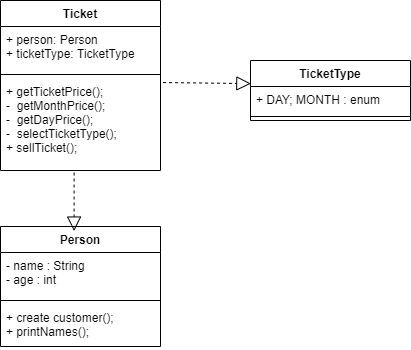
This is projektDel3/UML/UML.png from deniselarsson/TodoProject, a draw.io export, as it was before one commit. Source tidied: cells renumbered, new cells last; positions are measured from the earlier drawing's top-left corner, leaving out a move shared by most shapes.
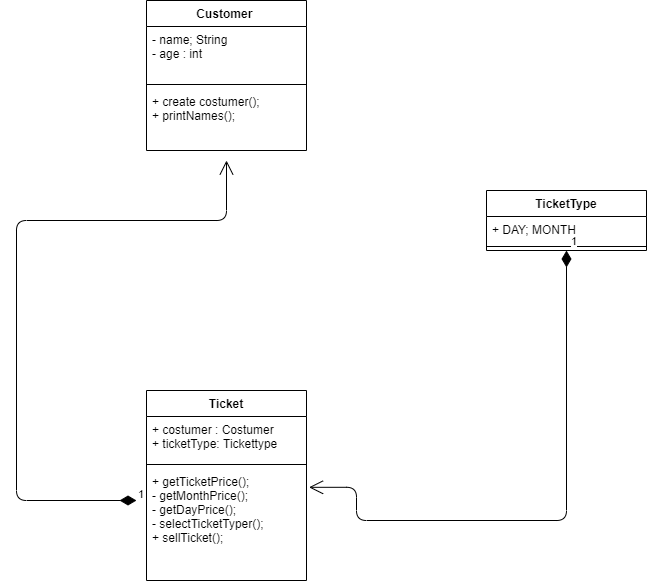
The same diagram one commit later.

What changed in the source:
```diff
@@ -2,44 +2,58 @@
   <root>
     <mxCell id="0" />
     <mxCell id="1" parent="0" />
-    <mxCell id="2" value="Person" style="swimlane;fontStyle=1;align=center;verticalAlign=top;horizontal=1;startSize=26;" parent="1" vertex="1">
-      <mxGeometry y="226" width="160" height="120" as="geometry" />
-    </mxCell>
-    <mxCell id="3" value="- name : String &#10;- age : int" style="text;strokeColor=none;fillColor=none;align=left;verticalAlign=top;spacingLeft=4;spacingRight=4;overflow=hidden;" parent="2" vertex="1">
-      <mxGeometry y="26" width="160" height="44" as="geometry" />
-    </mxCell>
-    <mxCell id="4" style="line;strokeWidth=1;fillColor=none;align=left;verticalAlign=middle;spacingTop=-1;spacingLeft=3;spacingRight=3;labelPosition=right;" parent="2" vertex="1">
-      <mxGeometry y="70" width="160" height="8" as="geometry" />
-    </mxCell>
-    <mxCell id="5" value="+ create customer();&#10;+ printNames();" style="text;strokeColor=none;fillColor=none;align=left;verticalAlign=top;spacingLeft=4;spacingRight=4;overflow=hidden;" parent="2" vertex="1">
-      <mxGeometry y="78" width="160" height="42" as="geometry" />
-    </mxCell>
+    <mxCell id="15" value="Customer " style="swimlane;fontStyle=1;align=center;verticalAlign=top;horizontal=1;startSize=26;" parent="1" vertex="1">
+      <mxGeometry x="-90" y="30" width="160" height="150" as="geometry" />
+    </mxCell>
+    <mxCell id="16" value="- name; String &#10;- age : int " style="text;strokeColor=none;fillColor=none;align=left;verticalAlign=top;spacingLeft=4;spacingRight=4;overflow=hidden;" parent="15" vertex="1">
+      <mxGeometry y="26" width="160" height="54" as="geometry" />
+    </mxCell>
+    <mxCell id="17" style="line;strokeWidth=1;fillColor=none;align=left;verticalAlign=middle;spacingTop=-1;spacingLeft=3;spacingRight=3;labelPosition=right;" parent="15" vertex="1">
+      <mxGeometry y="80" width="160" height="8" as="geometry" />
+    </mxCell>
+    <mxCell id="18" value="+ create costumer();&#10;+ printNames();" style="text;strokeColor=none;fillColor=none;align=left;verticalAlign=top;spacingLeft=4;spacingRight=4;overflow=hidden;" parent="15" vertex="1">
+      <mxGeometry y="88" width="160" height="62" as="geometry" />
+    </mxCell>
     <mxCell id="6" value="Ticket" style="swimlane;fontStyle=1;align=center;verticalAlign=top;horizontal=1;startSize=26;" parent="1" vertex="1">
-      <mxGeometry width="160" height="170" as="geometry" />
+      <mxGeometry x="-90" y="420" width="160" height="190" as="geometry" />
     </mxCell>
-    <mxCell id="7" value="+ person: Person&#10;+ ticketType: TicketType" style="text;strokeColor=none;fillColor=none;align=left;verticalAlign=top;spacingLeft=4;spacingRight=4;overflow=hidden;" parent="6" vertex="1">
-      <mxGeometry y="26" width="160" height="44" as="geometry" />
-    </mxCell>
-    <mxCell id="8" style="line;strokeWidth=1;fillColor=none;align=left;verticalAlign=middle;spacingTop=-1;spacingLeft=3;spacingRight=3;labelPosition=right;" parent="6" vertex="1">
-      <mxGeometry y="70" width="160" height="8" as="geometry" />
-    </mxCell>
-    <mxCell id="9" value="+ getTicketPrice();&#10;-  getMonthPrice();&#10;-  getDayPrice();&#10;-  selectTicketType();&#10;+ sellTicket();" style="text;strokeColor=none;fillColor=none;align=left;verticalAlign=top;spacingLeft=4;spacingRight=4;overflow=hidden;points=[[0,0.5],[1,0.5]];portConstraint=eastwest;" parent="6" vertex="1">
-      <mxGeometry y="78" width="160" height="92" as="geometry" />
-    </mxCell>
+    <mxCell id="19" value="+ costumer : Costumer&#10;+ ticketType: Tickettype" style="text;strokeColor=none;fillColor=none;align=left;verticalAlign=top;spacingLeft=4;spacingRight=4;overflow=hidden;" parent="6" vertex="1">
+      <mxGeometry y="26" width="160" height="44" as="geometry" />
+    </mxCell>
+    <mxCell id="20" style="line;strokeWidth=1;fillColor=none;align=left;verticalAlign=middle;spacingTop=-1;spacingLeft=3;spacingRight=3;labelPosition=right;" parent="6" vertex="1">
+      <mxGeometry y="70" width="160" height="8" as="geometry" />
+    </mxCell>
+    <mxCell id="21" value="+ getTicketPrice();&#10;- getMonthPrice();&#10;- getDayPrice();&#10;- selectTicketTyper();&#10;+ sellTicket();" style="text;strokeColor=none;fillColor=none;align=left;verticalAlign=top;spacingLeft=4;spacingRight=4;overflow=hidden;points=[[0,0.5],[1,0.5]];portConstraint=eastwest;" parent="6" vertex="1">
+      <mxGeometry y="78" width="160" height="112" as="geometry" />
+    </mxCell>
     <mxCell id="10" value="TicketType" style="swimlane;fontStyle=1;align=center;verticalAlign=top;horizontal=1;startSize=26;" parent="1" vertex="1">
-      <mxGeometry x="250" y="60" width="160" height="60" as="geometry" />
+      <mxGeometry x="250" y="220" width="160" height="60" as="geometry" />
     </mxCell>
-    <mxCell id="11" value="+ DAY; MONTH : enum" style="text;strokeColor=none;fillColor=none;align=left;verticalAlign=top;spacingLeft=4;spacingRight=4;overflow=hidden;" parent="10" vertex="1">
-      <mxGeometry y="26" width="160" height="26" as="geometry" />
-    </mxCell>
+    <mxCell id="22" value="+ DAY; MONTH" style="text;strokeColor=none;fillColor=none;align=left;verticalAlign=top;spacingLeft=4;spacingRight=4;overflow=hidden;" parent="10" vertex="1">
+      <mxGeometry y="26" width="160" height="26" as="geometry" />
+    </mxCell>
     <mxCell id="12" style="line;strokeWidth=1;fillColor=none;align=left;verticalAlign=middle;spacingTop=-1;spacingLeft=3;spacingRight=3;labelPosition=right;" parent="10" vertex="1">
       <mxGeometry y="52" width="160" height="8" as="geometry" />
     </mxCell>
-    <mxCell id="13" style="endArrow=block;dashed=1;endFill=0;endSize=12;html=1;exitX=1.016;exitY=0.044;exitDx=0;exitDy=0;exitPerimeter=0;entryX=0.002;entryY=0.385;entryDx=0;entryDy=0;entryPerimeter=0;" parent="1" edge="1" source="9" target="10">
-      <mxGeometry relative="1" as="geometry" />
-    </mxCell>
-    <mxCell id="14" style="endArrow=block;dashed=1;endFill=0;endSize=12;html=1;exitX=0.46;exitY=1.022;exitDx=0;exitDy=0;exitPerimeter=0;entryX=0.46;entryY=0.038;entryDx=0;entryDy=0;entryPerimeter=0;" parent="1" edge="1" source="9" target="2">
-      <mxGeometry relative="1" as="geometry" />
-    </mxCell>
+    <mxCell id="23" value="1" style="endArrow=open;html=1;endSize=12;startArrow=diamondThin;startSize=14;startFill=1;edgeStyle=orthogonalEdgeStyle;align=left;verticalAlign=bottom;" parent="1" edge="1">
+      <mxGeometry x="-1" y="3" relative="1" as="geometry">
+        <mxPoint x="-100" y="530" as="sourcePoint" />
+        <mxPoint x="-10" y="190" as="targetPoint" />
+        <Array as="points">
+          <mxPoint x="-220" y="530" />
+          <mxPoint x="-220" y="250" />
+          <mxPoint x="-10" y="250" />
+        </Array>
+      </mxGeometry>
+    </mxCell>
+    <mxCell id="24" value="1" style="endArrow=open;html=1;endSize=12;startArrow=diamondThin;startSize=14;startFill=1;edgeStyle=orthogonalEdgeStyle;align=left;verticalAlign=bottom;exitX=0.5;exitY=1;exitDx=0;exitDy=0;entryX=1.016;entryY=0.168;entryDx=0;entryDy=0;entryPerimeter=0;" parent="1" edge="1" source="10" target="21">
+      <mxGeometry x="-1" y="3" relative="1" as="geometry">
+        <Array as="points">
+          <mxPoint x="330" y="550" />
+          <mxPoint x="120" y="550" />
+          <mxPoint x="120" y="517" />
+        </Array>
+      </mxGeometry>
+    </mxCell>
   </root>
 </mxGraphModel>
```
